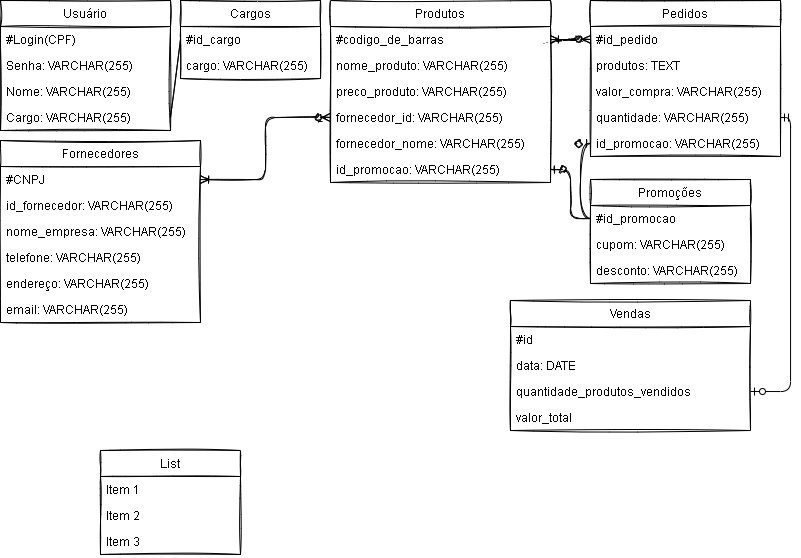
This is Innovate Market.png from 1NxT/Innovate-Market, a draw.io export, as it was before one commit. Source tidied: cells renumbered, new cells last; positions are measured from the earlier drawing's top-left corner, leaving out a move shared by most shapes.
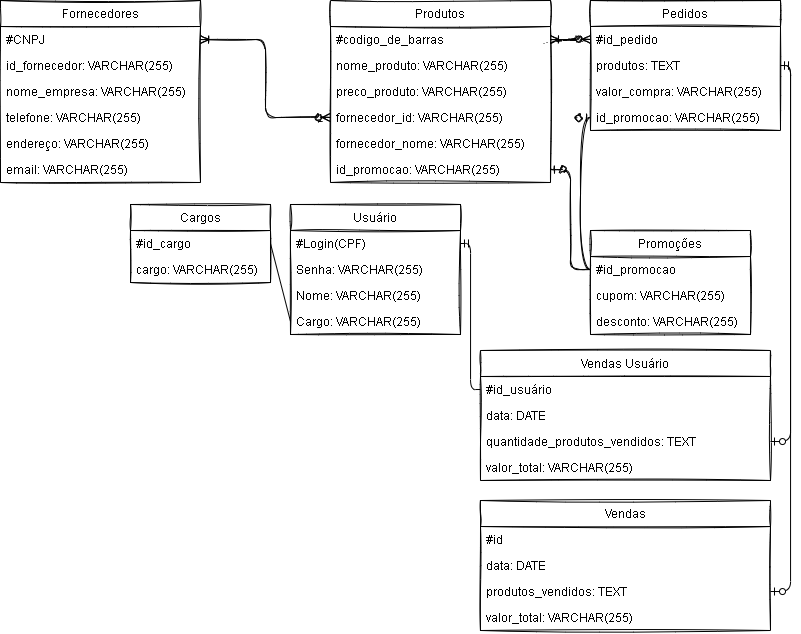
The same file after the commit.

What changed in the source:
```diff
@@ -3,7 +3,7 @@
     <mxCell id="0" />
     <mxCell id="1" parent="0" />
     <mxCell id="2" value="Usuário" style="swimlane;fontStyle=0;horizontal=1;startSize=26;shadow=0;sketch=1;" parent="1" vertex="1">
-      <mxGeometry width="170" height="130" as="geometry" />
+      <mxGeometry x="290" y="204" width="170" height="130" as="geometry" />
     </mxCell>
     <mxCell id="3" value="#Login(CPF) " style="text;fillColor=none;align=left;verticalAlign=top;spacingLeft=4;spacingRight=4;overflow=hidden;points=[[0,0.5],[1,0.5]];portConstraint=eastwest;shadow=0;sketch=1;" parent="2" vertex="1">
       <mxGeometry y="26" width="170" height="26" as="geometry" />
@@ -18,7 +18,7 @@
       <mxGeometry y="104" width="170" height="26" as="geometry" />
     </mxCell>
     <mxCell id="7" value="Cargos" style="swimlane;fontStyle=0;horizontal=1;startSize=26;shadow=0;sketch=1;" parent="1" vertex="1">
-      <mxGeometry x="180" width="140" height="78" as="geometry" />
+      <mxGeometry x="130" y="204" width="140" height="78" as="geometry" />
     </mxCell>
     <mxCell id="8" value="#id_cargo" style="text;fillColor=none;align=left;verticalAlign=top;spacingLeft=4;spacingRight=4;overflow=hidden;points=[[0,0.5],[1,0.5]];portConstraint=eastwest;shadow=0;sketch=1;" parent="7" vertex="1">
       <mxGeometry y="26" width="140" height="26" as="geometry" />
@@ -48,7 +48,7 @@
       <mxGeometry y="156" width="220" height="26" as="geometry" />
     </mxCell>
     <mxCell id="17" value="Fornecedores" style="swimlane;fontStyle=0;horizontal=1;startSize=26;shadow=0;sketch=1;" parent="1" vertex="1">
-      <mxGeometry y="140" width="200" height="182" as="geometry" />
+      <mxGeometry width="200" height="182" as="geometry" />
     </mxCell>
     <mxCell id="18" value="#CNPJ" style="text;fillColor=none;align=left;verticalAlign=top;spacingLeft=4;spacingRight=4;overflow=hidden;points=[[0,0.5],[1,0.5]];portConstraint=eastwest;shadow=0;sketch=1;" parent="17" vertex="1">
       <mxGeometry y="26" width="200" height="26" as="geometry" />
@@ -69,7 +69,7 @@
       <mxGeometry y="156" width="200" height="26" as="geometry" />
     </mxCell>
     <mxCell id="24" value="Pedidos" style="swimlane;fontStyle=0;horizontal=1;startSize=26;shadow=0;sketch=1;" parent="1" vertex="1">
-      <mxGeometry x="590" width="190" height="156" as="geometry" />
+      <mxGeometry x="590" width="190" height="130" as="geometry" />
     </mxCell>
     <mxCell id="25" value="#id_pedido" style="text;fillColor=none;align=left;verticalAlign=top;spacingLeft=4;spacingRight=4;overflow=hidden;points=[[0,0.5],[1,0.5]];portConstraint=eastwest;shadow=0;sketch=1;" parent="24" vertex="1">
       <mxGeometry y="26" width="190" height="26" as="geometry" />
@@ -80,15 +80,9 @@
     <mxCell id="27" value="valor_compra: VARCHAR(255)" style="text;fillColor=none;align=left;verticalAlign=top;spacingLeft=4;spacingRight=4;overflow=hidden;shadow=0;sketch=1;" parent="24" vertex="1">
       <mxGeometry y="78" width="190" height="26" as="geometry" />
     </mxCell>
-    <mxCell id="28" value="quantidade: VARCHAR(255)" style="text;fillColor=none;align=left;verticalAlign=top;spacingLeft=4;spacingRight=4;overflow=hidden;points=[[0,0.5],[1,0.5]];portConstraint=eastwest;shadow=0;sketch=1;" parent="24" vertex="1">
-      <mxGeometry y="104" width="190" height="26" as="geometry" />
-    </mxCell>
     <mxCell id="29" value="id_promocao: VARCHAR(255)" style="text;fillColor=none;align=left;verticalAlign=top;spacingLeft=4;spacingRight=4;overflow=hidden;points=[[0,0.5],[1,0.5]];portConstraint=eastwest;shadow=0;sketch=1;" parent="24" vertex="1">
-      <mxGeometry y="130" width="190" height="26" as="geometry" />
+      <mxGeometry y="104" width="190" height="26" as="geometry" />
     </mxCell>
-    <mxCell id="30" style="endArrow=none;html=1;shadow=0;exitX=1;exitY=0.5;exitDx=0;exitDy=0;entryX=0;entryY=0.5;entryDx=0;entryDy=0;curved=1;sketch=1;" parent="1" edge="1" source="6" target="8">
-      <mxGeometry relative="1" as="geometry" />
-    </mxCell>
     <mxCell id="31" style="edgeStyle=orthogonalEdgeStyle;fontSize=12;html=1;endArrow=ERoneToMany;startArrow=ERzeroToMany;shadow=0;entryX=1;entryY=0.5;entryDx=0;entryDy=0;exitX=0;exitY=0.5;exitDx=0;exitDy=0;sketch=1;" parent="1" edge="1" source="14" target="18">
       <mxGeometry relative="1" as="geometry" />
     </mxCell>
@@ -96,7 +90,7 @@
       <mxGeometry relative="1" as="geometry" />
     </mxCell>
     <mxCell id="33" value="Promoções" style="swimlane;fontStyle=0;horizontal=1;startSize=26;shadow=0;sketch=1;" parent="1" vertex="1">
-      <mxGeometry x="590" y="179" width="160" height="104" as="geometry" />
+      <mxGeometry x="590" y="230" width="160" height="104" as="geometry" />
     </mxCell>
     <mxCell id="34" value="#id_promocao" style="text;strokeColor=none;fillColor=none;align=left;verticalAlign=top;spacingLeft=4;spacingRight=4;overflow=hidden;points=[[0,0.5],[1,0.5]];portConstraint=eastwest;sketch=1;" parent="33" vertex="1">
       <mxGeometry y="26" width="160" height="26" as="geometry" />
@@ -114,34 +108,46 @@
       <mxGeometry relative="1" as="geometry" />
     </mxCell>
     <mxCell id="39" value="Vendas" style="swimlane;fontStyle=0;horizontal=1;startSize=26;fillColor=none;sketch=1;" parent="1" vertex="1">
-      <mxGeometry x="510" y="300" width="240" height="130" as="geometry" />
+      <mxGeometry x="480" y="500" width="290" height="130" as="geometry" />
     </mxCell>
     <mxCell id="40" value="#id" style="text;strokeColor=none;fillColor=none;align=left;verticalAlign=top;spacingLeft=4;spacingRight=4;overflow=hidden;sketch=1;" parent="39" vertex="1">
-      <mxGeometry y="26" width="240" height="26" as="geometry" />
+      <mxGeometry y="26" width="290" height="26" as="geometry" />
     </mxCell>
     <mxCell id="41" value="data: DATE" style="text;strokeColor=none;fillColor=none;align=left;verticalAlign=top;spacingLeft=4;spacingRight=4;overflow=hidden;sketch=1;" parent="39" vertex="1">
-      <mxGeometry y="52" width="240" height="26" as="geometry" />
+      <mxGeometry y="52" width="290" height="26" as="geometry" />
     </mxCell>
-    <mxCell id="42" value="quantidade_produtos_vendidos" style="text;strokeColor=none;fillColor=none;align=left;verticalAlign=top;spacingLeft=4;spacingRight=4;overflow=hidden;points=[[0,0.5],[1,0.5]];portConstraint=eastwest;sketch=1;" parent="39" vertex="1">
-      <mxGeometry y="78" width="240" height="26" as="geometry" />
+    <mxCell id="42" value="produtos_vendidos: TEXT" style="text;strokeColor=none;fillColor=none;align=left;verticalAlign=top;spacingLeft=4;spacingRight=4;overflow=hidden;points=[[0,0.5],[1,0.5]];portConstraint=eastwest;sketch=1;" parent="39" vertex="1">
+      <mxGeometry y="78" width="290" height="26" as="geometry" />
     </mxCell>
-    <mxCell id="43" value="valor_total" style="text;strokeColor=none;fillColor=none;align=left;verticalAlign=top;spacingLeft=4;spacingRight=4;overflow=hidden;sketch=1;" parent="39" vertex="1">
-      <mxGeometry y="104" width="240" height="26" as="geometry" />
+    <mxCell id="43" value="valor_total: VARCHAR(255)" style="text;strokeColor=none;fillColor=none;align=left;verticalAlign=top;spacingLeft=4;spacingRight=4;overflow=hidden;sketch=1;" parent="39" vertex="1">
+      <mxGeometry y="104" width="290" height="26" as="geometry" />
     </mxCell>
-    <mxCell id="44" value="List" style="swimlane;fontStyle=0;horizontal=1;startSize=26;fillColor=none;rounded=0;sketch=1;" parent="1" vertex="1">
-      <mxGeometry x="100" y="450" width="140" height="104" as="geometry" />
+    <mxCell id="44" value="Vendas Usuário" style="swimlane;fontStyle=0;horizontal=1;startSize=26;fillColor=none;rounded=0;sketch=1;" parent="1" vertex="1">
+      <mxGeometry x="480" y="350" width="290" height="130" as="geometry" />
     </mxCell>
-    <mxCell id="45" value="Item 1" style="text;strokeColor=none;fillColor=none;align=left;verticalAlign=top;spacingLeft=4;spacingRight=4;overflow=hidden;points=[[0,0.5],[1,0.5]];portConstraint=eastwest;" parent="44" vertex="1">
-      <mxGeometry y="26" width="140" height="26" as="geometry" />
+    <mxCell id="45" value="#id_usuário" style="text;strokeColor=none;fillColor=none;align=left;verticalAlign=top;spacingLeft=4;spacingRight=4;overflow=hidden;points=[[0,0.5],[1,0.5]];portConstraint=eastwest;" parent="44" vertex="1">
+      <mxGeometry y="26" width="290" height="26" as="geometry" />
     </mxCell>
+    <mxCell id="49" value="data: DATE" style="text;strokeColor=none;fillColor=none;align=left;verticalAlign=top;spacingLeft=4;spacingRight=4;overflow=hidden;sketch=1;" parent="44" vertex="1">
+      <mxGeometry y="52" width="290" height="26" as="geometry" />
+    </mxCell>
-    <mxCell id="46" value="Item 2" style="text;strokeColor=none;fillColor=none;align=left;verticalAlign=top;spacingLeft=4;spacingRight=4;overflow=hidden;points=[[0,0.5],[1,0.5]];portConstraint=eastwest;" parent="44" vertex="1">
-      <mxGeometry y="52" width="140" height="26" as="geometry" />
+    <mxCell id="46" value="quantidade_produtos_vendidos: TEXT" style="text;strokeColor=none;fillColor=none;align=left;verticalAlign=top;spacingLeft=4;spacingRight=4;overflow=hidden;points=[[0,0.5],[1,0.5]];portConstraint=eastwest;" parent="44" vertex="1">
+      <mxGeometry y="78" width="290" height="26" as="geometry" />
     </mxCell>
-    <mxCell id="47" value="Item 3" style="text;strokeColor=none;fillColor=none;align=left;verticalAlign=top;spacingLeft=4;spacingRight=4;overflow=hidden;" parent="44" vertex="1">
-      <mxGeometry y="78" width="140" height="26" as="geometry" />
+    <mxCell id="47" value="valor_total: VARCHAR(255)" style="text;strokeColor=none;fillColor=none;align=left;verticalAlign=top;spacingLeft=4;spacingRight=4;overflow=hidden;" parent="44" vertex="1">
+      <mxGeometry y="104" width="290" height="26" as="geometry" />
     </mxCell>
-    <mxCell id="48" style="edgeStyle=orthogonalEdgeStyle;fontSize=12;html=1;endArrow=ERzeroToOne;startArrow=ERmandOne;entryX=1;entryY=0.5;entryDx=0;entryDy=0;exitX=1;exitY=0.5;exitDx=0;exitDy=0;" parent="1" edge="1" source="28" target="42">
+    <mxCell id="48" style="edgeStyle=orthogonalEdgeStyle;fontSize=12;html=1;endArrow=ERzeroToOne;startArrow=ERmandOne;entryX=1;entryY=0.5;entryDx=0;entryDy=0;exitX=1;exitY=0.5;exitDx=0;exitDy=0;" parent="1" edge="1" source="26" target="42">
       <mxGeometry relative="1" as="geometry" />
     </mxCell>
+    <mxCell id="50" style="edgeStyle=orthogonalEdgeStyle;fontSize=12;html=1;endArrow=ERzeroToOne;startArrow=ERmandOne;entryX=1;entryY=0.5;entryDx=0;entryDy=0;exitX=1;exitY=0.5;exitDx=0;exitDy=0;" parent="1" edge="1" source="26" target="46">
+      <mxGeometry relative="1" as="geometry" />
+    </mxCell>
+    <mxCell id="51" style="edgeStyle=orthogonalEdgeStyle;fontSize=12;html=1;endArrow=ERmandOne;exitX=0;exitY=0.5;exitDx=0;exitDy=0;entryX=1;entryY=0.5;entryDx=0;entryDy=0;" parent="1" edge="1" source="45" target="3">
+      <mxGeometry relative="1" as="geometry" />
+    </mxCell>
+    <mxCell id="52" style="endArrow=none;html=1;rounded=0;exitX=1;exitY=0.5;exitDx=0;exitDy=0;entryX=0;entryY=0.5;entryDx=0;entryDy=0;" parent="1" edge="1" source="8" target="6">
+      <mxGeometry relative="1" as="geometry" />
+    </mxCell>
   </root>
 </mxGraphModel>
```
